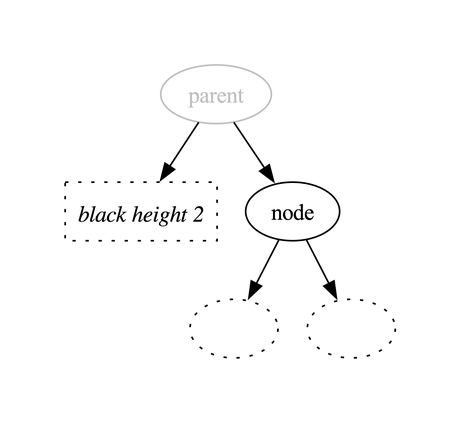
The Graphviz diagram Fw/DataStructures/docs/diagrams/removeBlackLeafNode/initial.png in nasa/fprime, before a commit. Its source is kept beside it as Fw/DataStructures/docs/diagrams/removeBlackLeafNode/initial.dot.
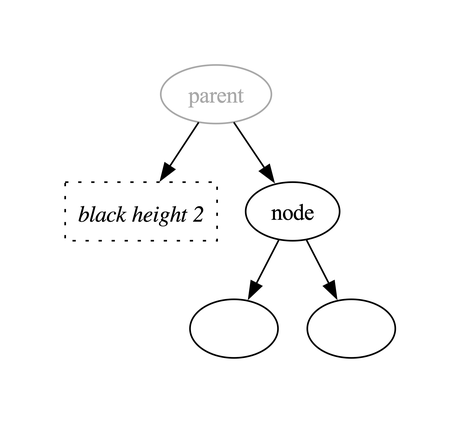
The same diagram one commit later.

What changed in the source:
```diff
@@ -5,10 +5,10 @@
   N -> L1
   N -> L2
 
-  P [label="parent",color="gray",fontcolor="gray"]
+  P [label="parent",color="darkgray",fontcolor="darkgray"]
   BH2 [shape="box",label="black height 2",style="dotted",fontname="Italic"]
   N [label="node"]
-  L1 [style="dotted",fontcolor="invis"]
-  L2 [style="dotted",fontcolor="invis"]
+  L1 [fontcolor="invis"]
+  L2 [fontcolor="invis"]
 
 }
```
